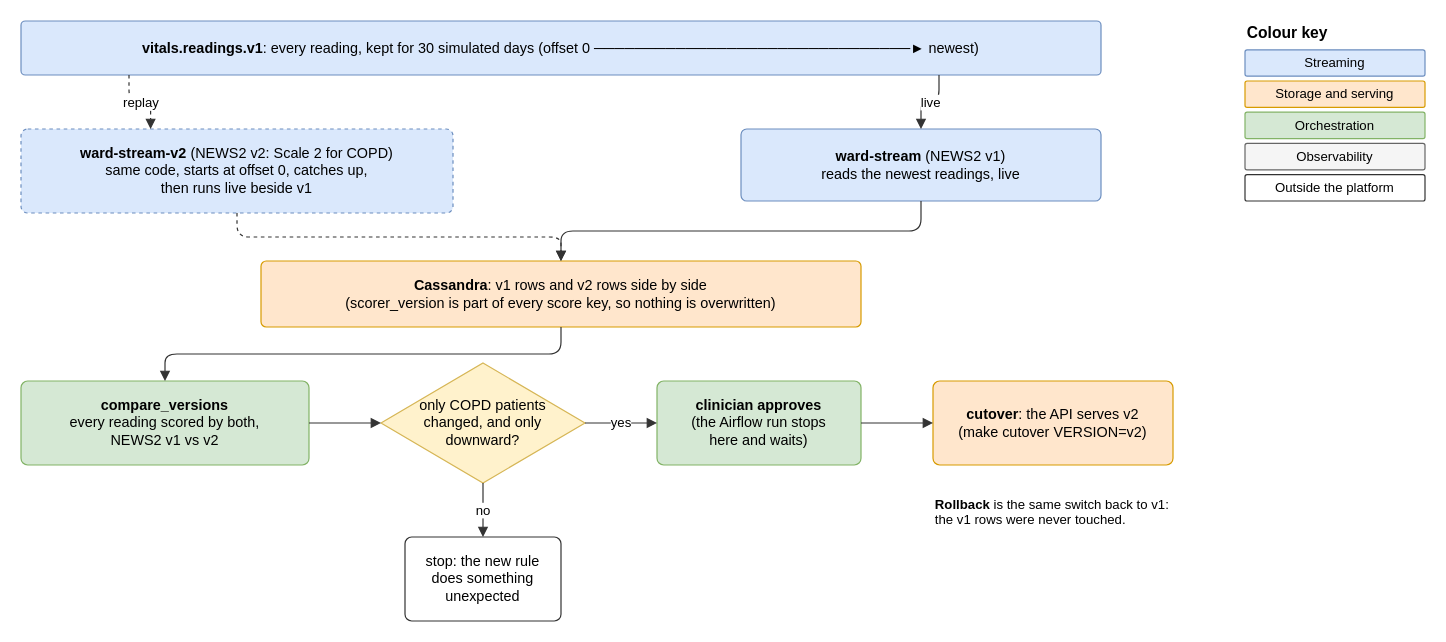
Ashfaq-Riyaldeen/hospital-vitals-kappa keeps this draw.io diagram as docs/diagrams/D4-replay-branching.drawio. Above is the earlier version. Source tidied: cells renumbered, new cells numbered last; positions are measured from the earlier drawing's top-left corner, leaving out a move shared by most shapes. Both pictures are drawn from the tidied source at 120%, with x=0, y=0 at pixel (20, 20).
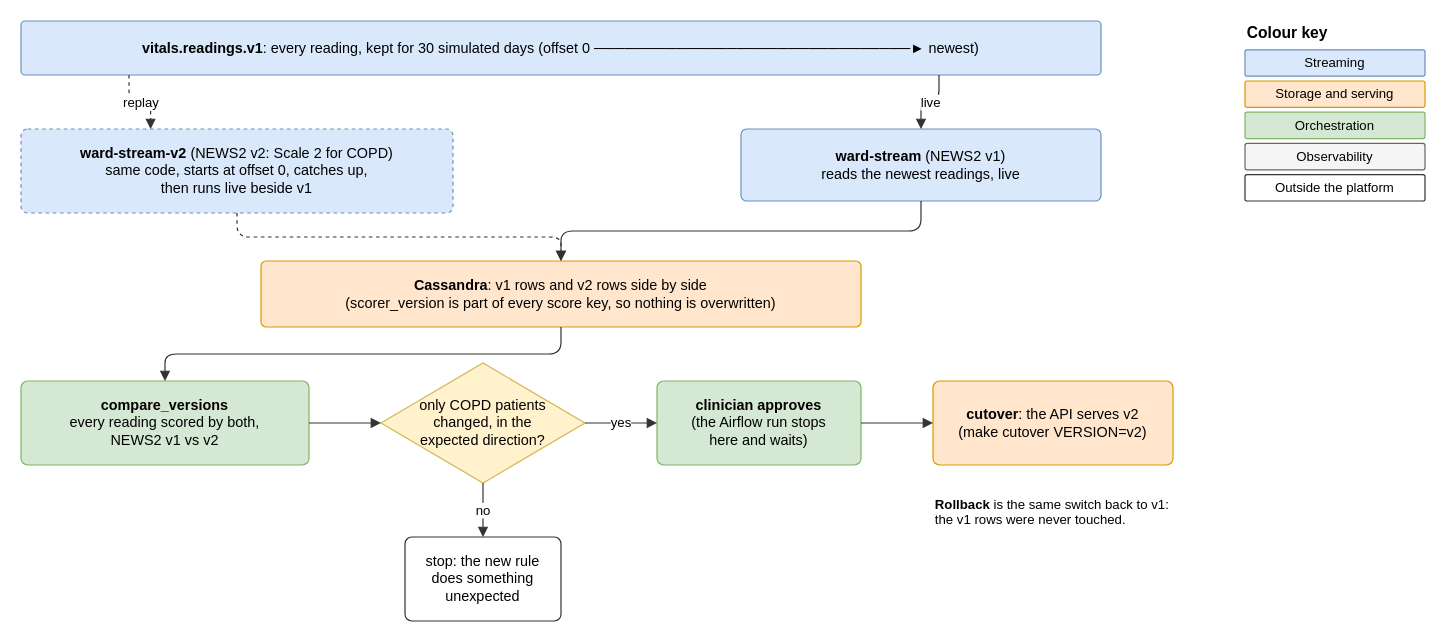
After the change.

Diff of the diagram source:
```diff
@@
-    <mxCell id="12" value="only COPD patients&lt;br&gt;changed, and only&lt;br&gt;downward?" style="rhombus;whiteSpace=wrap;html=1;fontFamily=Helvetica;fontSize=12;fillColor=#fff2cc;strokeColor=#d6b656;" parent="1" vertex="1">
+    <mxCell id="12" value="only COPD patients&lt;br&gt;changed, in the&lt;br&gt;expected direction?" style="rhombus;whiteSpace=wrap;html=1;fontFamily=Helvetica;fontSize=12;fillColor=#fff2cc;strokeColor=#d6b656;" parent="1" vertex="1">
       <mxGeometry x="300" y="285" width="170" height="100" as="geometry" />
     </mxCell>
```
